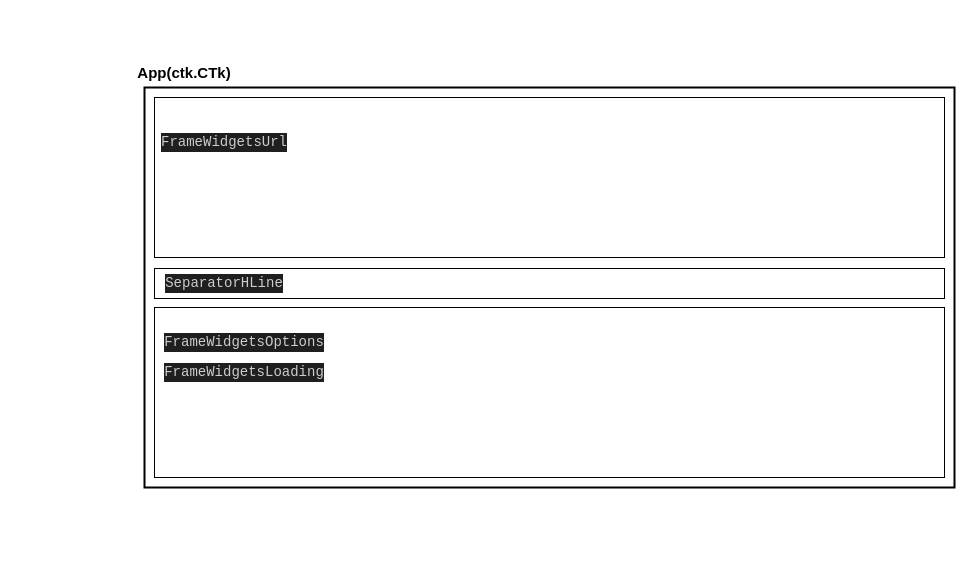
Before: Visual/tkinter/youtube/Untitled Diagram.drawio in AndrewVolkova/Python, a draw.io diagram. Source tidied: cells renumbered, new cells numbered last; positions are measured from the earlier drawing's top-left corner, leaving out a move shared by most shapes. Both pictures are drawn from the tidied source at 100%, with x=0, y=0 at pixel (144, 57).
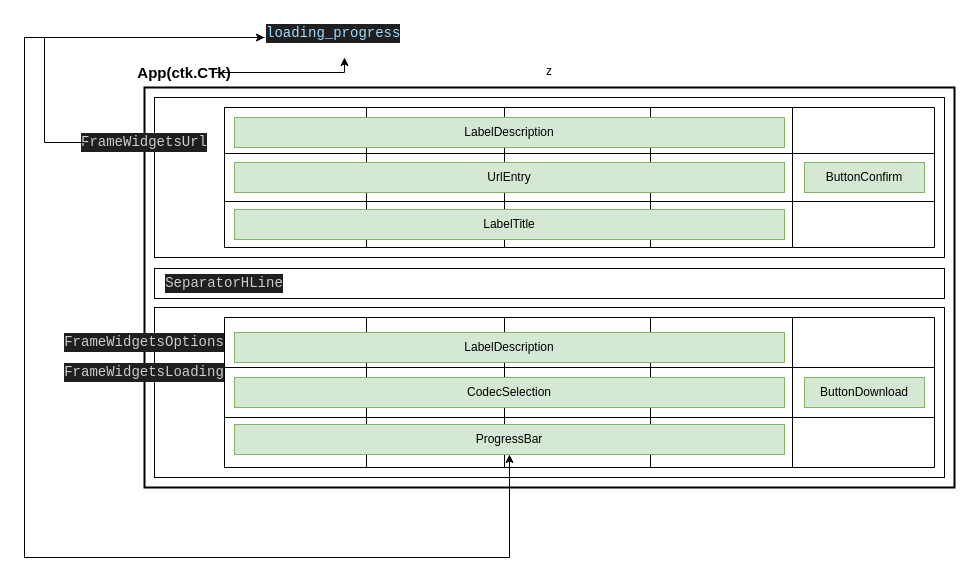
The same page after the edit.

Unchanged cells that the change refers to:
```xml
<mxCell id="4" value="&lt;b&gt;&lt;font style=&quot;font-size: 15px;&quot;&gt;App(ctk.CTk)&lt;/font&gt;&lt;/b&gt;" style="text;html=1;strokeColor=none;fillColor=none;align=center;verticalAlign=middle;whiteSpace=wrap;rounded=0;" parent="2" vertex="1">
  <mxGeometry x="10" width="60" height="30" as="geometry" />
</mxCell>
```

Change to the diagram source:
```diff
@@
-    <mxCell id="2" style="group;" parent="1" vertex="1">
+    <mxCell id="2" value="z" style="group;" parent="1" vertex="1">
       <mxGeometry width="810" height="430" as="geometry" />
     </mxCell>
@@
+    <mxCell id="11" value="&lt;div style=&quot;color: rgb(204, 204, 204); background-color: rgb(31, 31, 31); font-family: Consolas, &amp;quot;Courier New&amp;quot;, monospace; font-size: 14px; line-height: 19px;&quot;&gt;SeparatorHLine&lt;/div&gt;" style="text;html=1;strokeColor=none;fillColor=none;align=center;verticalAlign=middle;whiteSpace=wrap;rounded=0;" parent="2" vertex="1">
+      <mxGeometry x="50" y="211" width="60" height="30" as="geometry" />
+    </mxCell>
+    <mxCell id="10" value="&lt;div style=&quot;color: rgb(204, 204, 204); background-color: rgb(31, 31, 31); font-family: Consolas, &amp;quot;Courier New&amp;quot;, monospace; font-size: 14px; line-height: 19px;&quot;&gt;FrameWidgetsOptions&lt;/div&gt;" style="text;html=1;strokeColor=none;fillColor=none;align=center;verticalAlign=middle;whiteSpace=wrap;rounded=0;" parent="2" vertex="1">
+      <mxGeometry x="-30" y="270" width="60" height="30" as="geometry" />
+    </mxCell>
+    <mxCell id="12" style="shape=table;startSize=0;childLayout=tableLayout;" parent="2" vertex="1">
+      <mxGeometry x="80" y="50" width="710" height="140" as="geometry" />
+    </mxCell>
+    <mxCell id="13" style="shape=tableRow;horizontal=0;startSize=0;swimlaneHead=0;swimlaneBody=0;strokeColor=inherit;top=0;left=0;bottom=0;right=0;fillColor=none;" parent="12" vertex="1">
+      <mxGeometry width="710" height="46" as="geometry" />
+    </mxCell>
+    <mxCell id="14" style="shape=partialRectangle;html=1;whiteSpace=wrap;strokeColor=inherit;overflow=hidden;fillColor=none;top=0;left=0;bottom=0;right=0;" parent="13" vertex="1">
+      <mxGeometry width="142" height="46" as="geometry" />
+    </mxCell>
+    <mxCell id="15" style="shape=partialRectangle;html=1;whiteSpace=wrap;strokeColor=inherit;overflow=hidden;fillColor=none;top=0;left=0;bottom=0;right=0;" parent="13" vertex="1">
+      <mxGeometry x="142" width="138" height="46" as="geometry" />
+    </mxCell>
+    <mxCell id="16" style="shape=partialRectangle;html=1;whiteSpace=wrap;strokeColor=inherit;overflow=hidden;fillColor=none;top=0;left=0;bottom=0;right=0;" parent="13" vertex="1">
+      <mxGeometry x="280" width="146" height="46" as="geometry" />
+    </mxCell>
+    <mxCell id="17" style="shape=partialRectangle;html=1;whiteSpace=wrap;strokeColor=inherit;overflow=hidden;fillColor=none;top=0;left=0;bottom=0;right=0;" parent="13" vertex="1">
+      <mxGeometry x="426" width="142" height="46" as="geometry" />
+    </mxCell>
+    <mxCell id="18" style="shape=partialRectangle;html=1;whiteSpace=wrap;strokeColor=inherit;overflow=hidden;fillColor=none;top=0;left=0;bottom=0;right=0;" parent="13" vertex="1">
+      <mxGeometry x="568" width="142" height="46" as="geometry" />
+    </mxCell>
+    <mxCell id="19" style="shape=tableRow;horizontal=0;startSize=0;swimlaneHead=0;swimlaneBody=0;strokeColor=inherit;top=0;left=0;bottom=0;right=0;fillColor=none;" parent="12" vertex="1">
+      <mxGeometry y="46" width="710" height="48" as="geometry" />
+    </mxCell>
+    <mxCell id="20" style="shape=partialRectangle;html=1;whiteSpace=wrap;strokeColor=inherit;overflow=hidden;fillColor=none;top=0;left=0;bottom=0;right=0;" parent="19" vertex="1">
+      <mxGeometry width="142" height="48" as="geometry" />
+    </mxCell>
+    <mxCell id="21" style="shape=partialRectangle;html=1;whiteSpace=wrap;strokeColor=inherit;overflow=hidden;fillColor=none;top=0;left=0;bottom=0;right=0;" parent="19" vertex="1">
+      <mxGeometry x="142" width="138" height="48" as="geometry" />
+    </mxCell>
+    <mxCell id="22" style="shape=partialRectangle;html=1;whiteSpace=wrap;strokeColor=inherit;overflow=hidden;fillColor=none;top=0;left=0;bottom=0;right=0;" parent="19" vertex="1">
+      <mxGeometry x="280" width="146" height="48" as="geometry" />
+    </mxCell>
+    <mxCell id="23" style="shape=partialRectangle;html=1;whiteSpace=wrap;strokeColor=inherit;overflow=hidden;fillColor=none;top=0;left=0;bottom=0;right=0;" parent="19" vertex="1">
+      <mxGeometry x="426" width="142" height="48" as="geometry" />
+    </mxCell>
+    <mxCell id="24" style="shape=partialRectangle;html=1;whiteSpace=wrap;strokeColor=inherit;overflow=hidden;fillColor=none;top=0;left=0;bottom=0;right=0;" parent="19" vertex="1">
+      <mxGeometry x="568" width="142" height="48" as="geometry" />
+    </mxCell>
+    <mxCell id="25" style="shape=tableRow;horizontal=0;startSize=0;swimlaneHead=0;swimlaneBody=0;strokeColor=inherit;top=0;left=0;bottom=0;right=0;fillColor=none;" parent="12" vertex="1">
+      <mxGeometry y="94" width="710" height="46" as="geometry" />
+    </mxCell>
+    <mxCell id="26" style="shape=partialRectangle;html=1;whiteSpace=wrap;strokeColor=inherit;overflow=hidden;fillColor=none;top=0;left=0;bottom=0;right=0;" parent="25" vertex="1">
+      <mxGeometry width="142" height="46" as="geometry" />
+    </mxCell>
+    <mxCell id="27" style="shape=partialRectangle;html=1;whiteSpace=wrap;strokeColor=inherit;overflow=hidden;fillColor=none;top=0;left=0;bottom=0;right=0;" parent="25" vertex="1">
+      <mxGeometry x="142" width="138" height="46" as="geometry" />
+    </mxCell>
+    <mxCell id="28" style="shape=partialRectangle;html=1;whiteSpace=wrap;strokeColor=inherit;overflow=hidden;fillColor=none;top=0;left=0;bottom=0;right=0;" parent="25" vertex="1">
+      <mxGeometry x="280" width="146" height="46" as="geometry" />
+    </mxCell>
+    <mxCell id="29" style="shape=partialRectangle;html=1;whiteSpace=wrap;strokeColor=inherit;overflow=hidden;fillColor=none;top=0;left=0;bottom=0;right=0;" parent="25" vertex="1">
+      <mxGeometry x="426" width="142" height="46" as="geometry" />
+    </mxCell>
+    <mxCell id="30" style="shape=partialRectangle;html=1;whiteSpace=wrap;strokeColor=inherit;overflow=hidden;fillColor=none;top=0;left=0;bottom=0;right=0;" parent="25" vertex="1">
+      <mxGeometry x="568" width="142" height="46" as="geometry" />
+    </mxCell>
+    <mxCell id="31" style="shape=table;startSize=0;childLayout=tableLayout;" parent="2" vertex="1">
+      <mxGeometry x="80" y="260" width="710" height="150" as="geometry" />
+    </mxCell>
+    <mxCell id="32" style="shape=tableRow;horizontal=0;startSize=0;swimlaneHead=0;swimlaneBody=0;strokeColor=inherit;top=0;left=0;bottom=0;right=0;fillColor=none;" parent="31" vertex="1">
+      <mxGeometry width="710" height="50" as="geometry" />
+    </mxCell>
+    <mxCell id="33" style="shape=partialRectangle;html=1;whiteSpace=wrap;strokeColor=inherit;overflow=hidden;fillColor=none;top=0;left=0;bottom=0;right=0;" parent="32" vertex="1">
+      <mxGeometry width="142" height="50" as="geometry" />
+    </mxCell>
+    <mxCell id="34" style="shape=partialRectangle;html=1;whiteSpace=wrap;strokeColor=inherit;overflow=hidden;fillColor=none;top=0;left=0;bottom=0;right=0;" parent="32" vertex="1">
+      <mxGeometry x="142" width="138" height="50" as="geometry" />
+    </mxCell>
+    <mxCell id="35" style="shape=partialRectangle;html=1;whiteSpace=wrap;strokeColor=inherit;overflow=hidden;fillColor=none;top=0;left=0;bottom=0;right=0;" parent="32" vertex="1">
+      <mxGeometry x="280" width="146" height="50" as="geometry" />
+    </mxCell>
+    <mxCell id="36" style="shape=partialRectangle;html=1;whiteSpace=wrap;strokeColor=inherit;overflow=hidden;fillColor=none;top=0;left=0;bottom=0;right=0;" parent="32" vertex="1">
+      <mxGeometry x="426" width="142" height="50" as="geometry" />
+    </mxCell>
+    <mxCell id="37" style="shape=partialRectangle;html=1;whiteSpace=wrap;strokeColor=inherit;overflow=hidden;fillColor=none;top=0;left=0;bottom=0;right=0;" parent="32" vertex="1">
+      <mxGeometry x="568" width="142" height="50" as="geometry" />
+    </mxCell>
+    <mxCell id="38" style="shape=tableRow;horizontal=0;startSize=0;swimlaneHead=0;swimlaneBody=0;strokeColor=inherit;top=0;left=0;bottom=0;right=0;fillColor=none;" parent="31" vertex="1">
+      <mxGeometry y="50" width="710" height="50" as="geometry" />
+    </mxCell>
+    <mxCell id="39" style="shape=partialRectangle;html=1;whiteSpace=wrap;strokeColor=inherit;overflow=hidden;fillColor=none;top=0;left=0;bottom=0;right=0;" parent="38" vertex="1">
+      <mxGeometry width="142" height="50" as="geometry" />
+    </mxCell>
+    <mxCell id="40" style="shape=partialRectangle;html=1;whiteSpace=wrap;strokeColor=inherit;overflow=hidden;fillColor=none;top=0;left=0;bottom=0;right=0;" parent="38" vertex="1">
+      <mxGeometry x="142" width="138" height="50" as="geometry" />
+    </mxCell>
+    <mxCell id="41" style="shape=partialRectangle;html=1;whiteSpace=wrap;strokeColor=inherit;overflow=hidden;fillColor=none;top=0;left=0;bottom=0;right=0;" parent="38" vertex="1">
+      <mxGeometry x="280" width="146" height="50" as="geometry" />
+    </mxCell>
+    <mxCell id="42" style="shape=partialRectangle;html=1;whiteSpace=wrap;strokeColor=inherit;overflow=hidden;fillColor=none;top=0;left=0;bottom=0;right=0;" parent="38" vertex="1">
+      <mxGeometry x="426" width="142" height="50" as="geometry" />
+    </mxCell>
+    <mxCell id="43" style="shape=partialRectangle;html=1;whiteSpace=wrap;strokeColor=inherit;overflow=hidden;fillColor=none;top=0;left=0;bottom=0;right=0;" parent="38" vertex="1">
+      <mxGeometry x="568" width="142" height="50" as="geometry" />
+    </mxCell>
+    <mxCell id="44" style="shape=tableRow;horizontal=0;startSize=0;swimlaneHead=0;swimlaneBody=0;strokeColor=inherit;top=0;left=0;bottom=0;right=0;fillColor=none;" parent="31" vertex="1">
+      <mxGeometry y="100" width="710" height="50" as="geometry" />
+    </mxCell>
+    <mxCell id="45" style="shape=partialRectangle;html=1;whiteSpace=wrap;strokeColor=inherit;overflow=hidden;fillColor=none;top=0;left=0;bottom=0;right=0;" parent="44" vertex="1">
+      <mxGeometry width="142" height="50" as="geometry" />
+    </mxCell>
+    <mxCell id="46" style="shape=partialRectangle;html=1;whiteSpace=wrap;strokeColor=inherit;overflow=hidden;fillColor=none;top=0;left=0;bottom=0;right=0;" parent="44" vertex="1">
+      <mxGeometry x="142" width="138" height="50" as="geometry" />
+    </mxCell>
+    <mxCell id="47" style="shape=partialRectangle;html=1;whiteSpace=wrap;strokeColor=inherit;overflow=hidden;fillColor=none;top=0;left=0;bottom=0;right=0;" parent="44" vertex="1">
+      <mxGeometry x="280" width="146" height="50" as="geometry" />
+    </mxCell>
+    <mxCell id="48" style="shape=partialRectangle;html=1;whiteSpace=wrap;strokeColor=inherit;overflow=hidden;fillColor=none;top=0;left=0;bottom=0;right=0;" parent="44" vertex="1">
+      <mxGeometry x="426" width="142" height="50" as="geometry" />
+    </mxCell>
+    <mxCell id="49" style="shape=partialRectangle;html=1;whiteSpace=wrap;strokeColor=inherit;overflow=hidden;fillColor=none;top=0;left=0;bottom=0;right=0;" parent="44" vertex="1">
+      <mxGeometry x="568" width="142" height="50" as="geometry" />
+    </mxCell>
+    <mxCell id="50" value="LabelDescription" style="text;html=1;strokeColor=#82b366;fillColor=#d5e8d4;align=center;verticalAlign=middle;whiteSpace=wrap;rounded=0;" parent="2" vertex="1">
+      <mxGeometry x="90" y="60" width="550" height="30" as="geometry" />
+    </mxCell>
+    <mxCell id="51" value="UrlEntry" style="text;html=1;strokeColor=#82b366;fillColor=#d5e8d4;align=center;verticalAlign=middle;whiteSpace=wrap;rounded=0;" parent="2" vertex="1">
+      <mxGeometry x="90" y="105" width="550" height="30" as="geometry" />
+    </mxCell>
+    <mxCell id="52" value="LabelTitle" style="text;html=1;strokeColor=#82b366;fillColor=#d5e8d4;align=center;verticalAlign=middle;whiteSpace=wrap;rounded=0;" parent="2" vertex="1">
+      <mxGeometry x="90" y="152" width="550" height="30" as="geometry" />
+    </mxCell>
+    <mxCell id="53" value="ButtonConfirm" style="text;html=1;strokeColor=#82b366;fillColor=#d5e8d4;align=center;verticalAlign=middle;whiteSpace=wrap;rounded=0;" parent="2" vertex="1">
+      <mxGeometry x="660" y="105" width="120" height="30" as="geometry" />
+    </mxCell>
+    <mxCell id="54" value="LabelDescription" style="text;html=1;strokeColor=#82b366;fillColor=#d5e8d4;align=center;verticalAlign=middle;whiteSpace=wrap;rounded=0;" parent="2" vertex="1">
+      <mxGeometry x="90" y="275" width="550" height="30" as="geometry" />
+    </mxCell>
+    <mxCell id="55" value="CodecSelection" style="text;html=1;strokeColor=#82b366;fillColor=#d5e8d4;align=center;verticalAlign=middle;whiteSpace=wrap;rounded=0;" parent="2" vertex="1">
+      <mxGeometry x="90" y="320" width="550" height="30" as="geometry" />
+    </mxCell>
+    <mxCell id="56" value="ProgressBar" style="text;html=1;strokeColor=#82b366;fillColor=#d5e8d4;align=center;verticalAlign=middle;whiteSpace=wrap;rounded=0;" parent="2" vertex="1">
+      <mxGeometry x="90" y="367" width="550" height="30" as="geometry" />
+    </mxCell>
+    <mxCell id="57" value="ButtonDownload" style="text;html=1;strokeColor=#82b366;fillColor=#d5e8d4;align=center;verticalAlign=middle;whiteSpace=wrap;rounded=0;" parent="2" vertex="1">
+      <mxGeometry x="660" y="320" width="120" height="30" as="geometry" />
+    </mxCell>
     <mxCell id="8" value="&lt;div style=&quot;color: rgb(204, 204, 204); background-color: rgb(31, 31, 31); font-family: Consolas, &amp;quot;Courier New&amp;quot;, monospace; font-size: 14px; line-height: 19px;&quot;&gt;FrameWidgetsUrl&lt;/div&gt;" style="text;html=1;strokeColor=none;fillColor=none;align=center;verticalAlign=middle;whiteSpace=wrap;rounded=0;" parent="2" vertex="1">
-      <mxGeometry x="50" y="70" width="60" height="30" as="geometry" />
+      <mxGeometry x="-30" y="70" width="60" height="30" as="geometry" />
     </mxCell>
-    <mxCell id="9" value="&lt;div style=&quot;color: rgb(204, 204, 204); background-color: rgb(31, 31, 31); font-family: Consolas, &amp;quot;Courier New&amp;quot;, monospace; font-size: 14px; line-height: 19px;&quot;&gt;FrameWidgetsLoading&lt;/div&gt;" style="text;html=1;strokeColor=none;fillColor=none;align=center;verticalAlign=middle;whiteSpace=wrap;rounded=0;" parent="2" vertex="1">
-      <mxGeometry x="70" y="300" width="60" height="30" as="geometry" />
+    <mxCell id="9" value="&lt;div style=&quot;color: rgb(204, 204, 204); background-color: rgb(31, 31, 31); font-family: Consolas, &amp;quot;Courier New&amp;quot;, monospace; font-size: 14px; line-height: 19px;&quot;&gt;FrameWidgetsLoading&lt;/div&gt;" style="text;html=1;strokeColor=none;fillColor=none;align=center;verticalAlign=middle;whiteSpace=wrap;rounded=0;" parent="1" vertex="1">
+      <mxGeometry x="-30" y="300" width="60" height="30" as="geometry" />
     </mxCell>
-    <mxCell id="10" value="&lt;div style=&quot;color: rgb(204, 204, 204); background-color: rgb(31, 31, 31); font-family: Consolas, &amp;quot;Courier New&amp;quot;, monospace; font-size: 14px; line-height: 19px;&quot;&gt;FrameWidgetsOptions&lt;/div&gt;" style="text;html=1;strokeColor=none;fillColor=none;align=center;verticalAlign=middle;whiteSpace=wrap;rounded=0;" parent="2" vertex="1">
-      <mxGeometry x="70" y="270" width="60" height="30" as="geometry" />
-    </mxCell>
-    <mxCell id="11" value="&lt;div style=&quot;color: rgb(204, 204, 204); background-color: rgb(31, 31, 31); font-family: Consolas, &amp;quot;Courier New&amp;quot;, monospace; font-size: 14px; line-height: 19px;&quot;&gt;SeparatorHLine&lt;/div&gt;" style="text;html=1;strokeColor=none;fillColor=none;align=center;verticalAlign=middle;whiteSpace=wrap;rounded=0;" parent="2" vertex="1">
-      <mxGeometry x="50" y="211" width="60" height="30" as="geometry" />
-    </mxCell>
+    <mxCell id="58" value="&lt;div style=&quot;color: rgb(204, 204, 204); background-color: rgb(31, 31, 31); font-family: Consolas, &amp;quot;Courier New&amp;quot;, monospace; font-weight: normal; font-size: 14px; line-height: 19px;&quot;&gt;&lt;div&gt;&lt;span style=&quot;color: #9cdcfe;&quot;&gt;loading_progress&lt;/span&gt;&lt;/div&gt;&lt;/div&gt;" style="text;whiteSpace=wrap;html=1;" parent="1" vertex="1">
+      <mxGeometry x="120" y="-40" width="160" height="40" as="geometry" />
+    </mxCell>
+    <mxCell id="59" style="edgeStyle=orthogonalEdgeStyle;rounded=0;jettySize=auto;html=1;entryX=0.5;entryY=1;entryDx=0;entryDy=0;endArrow=classic;endFill=1;exitX=0;exitY=0.5;exitDx=0;exitDy=0;" parent="1" edge="1" source="58" target="56">
+      <mxGeometry relative="1" as="geometry">
+        <Array as="points">
+          <mxPoint x="-120" y="-20" />
+          <mxPoint x="-120" y="500" />
+          <mxPoint x="365" y="500" />
+        </Array>
+      </mxGeometry>
+    </mxCell>
+    <mxCell id="60" style="edgeStyle=orthogonalEdgeStyle;rounded=0;jettySize=auto;html=1;entryX=0.5;entryY=1;entryDx=0;entryDy=0;" parent="1" edge="1" source="4" target="58">
+      <mxGeometry relative="1" as="geometry">
+        <Array as="points">
+          <mxPoint x="200" y="15" />
+        </Array>
+      </mxGeometry>
+    </mxCell>
+    <mxCell id="61" style="edgeStyle=orthogonalEdgeStyle;rounded=0;orthogonalLoop=1;jettySize=auto;html=1;exitX=0.5;exitY=1;exitDx=0;exitDy=0;" parent="1" edge="1" source="58" target="58">
+      <mxGeometry relative="1" as="geometry" />
+    </mxCell>
+    <mxCell id="62" style="edgeStyle=orthogonalEdgeStyle;rounded=0;jettySize=auto;html=1;entryX=0;entryY=0.5;entryDx=0;entryDy=0;" parent="1" edge="1" target="58">
+      <mxGeometry relative="1" as="geometry">
+        <mxPoint x="-60" y="85" as="sourcePoint" />
+        <Array as="points">
+          <mxPoint x="-60" y="85" />
+          <mxPoint x="-100" y="85" />
+          <mxPoint x="-100" y="-20" />
+        </Array>
+      </mxGeometry>
+    </mxCell>
```
